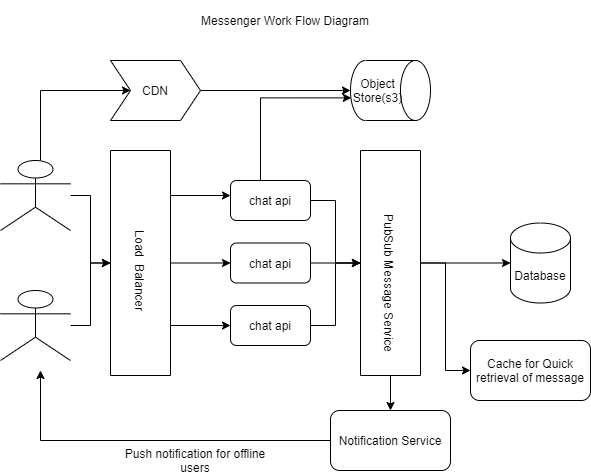
drdcs/Algorithms-and-System-Design keeps this draw.io diagram as images/FM.png. Above is the earlier version. Source tidied: cells renumbered, new cells last; positions are measured from the earlier drawing's top-left corner, leaving out a move shared by most shapes.
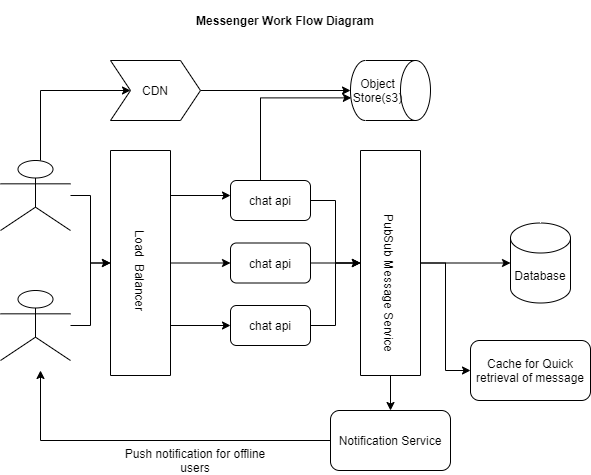
Later version of the same file.

Commit message:
top k element

Diff of the diagram source:
```diff
@@ -110,7 +110,7 @@
     <mxCell id="31" value="Push notification for offline users" style="text;html=1;strokeColor=none;fillColor=none;align=center;verticalAlign=middle;whiteSpace=wrap;rounded=0;" parent="1" vertex="1">
       <mxGeometry x="110" y="450" width="170" height="20" as="geometry" />
     </mxCell>
-    <mxCell id="32" value="Messenger Work Flow Diagram" style="text;html=1;strokeColor=none;fillColor=none;align=center;verticalAlign=middle;whiteSpace=wrap;rounded=0;" parent="1" vertex="1">
+    <mxCell id="32" value="Messenger Work Flow Diagram" style="text;html=1;strokeColor=none;fillColor=none;align=center;verticalAlign=middle;whiteSpace=wrap;rounded=0;fontStyle=1;" parent="1" vertex="1">
       <mxGeometry x="70" width="430" height="40" as="geometry" />
     </mxCell>
   </root>
```
